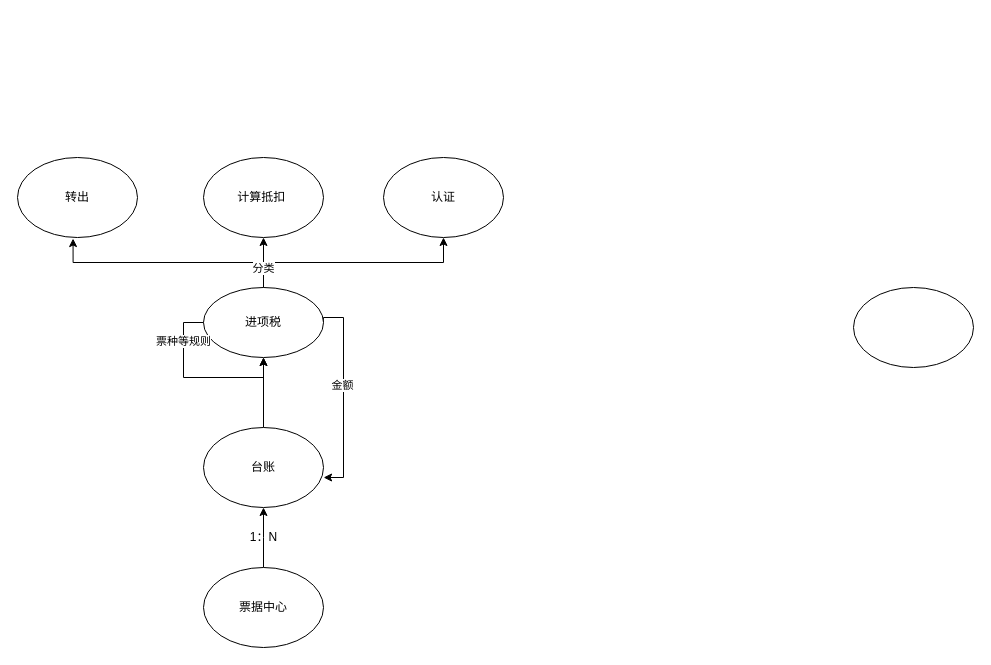
Above: menus/input.drawio in Asamiyaa/microservice-k8s-yun (draw.io), before the change. Source tidied: cells renumbered, new cells numbered last; positions are measured from the earlier drawing's top-left corner, leaving out a move shared by most shapes. Both pictures are drawn from the tidied source at 100%, with x=0, y=0 at pixel (17, 157).
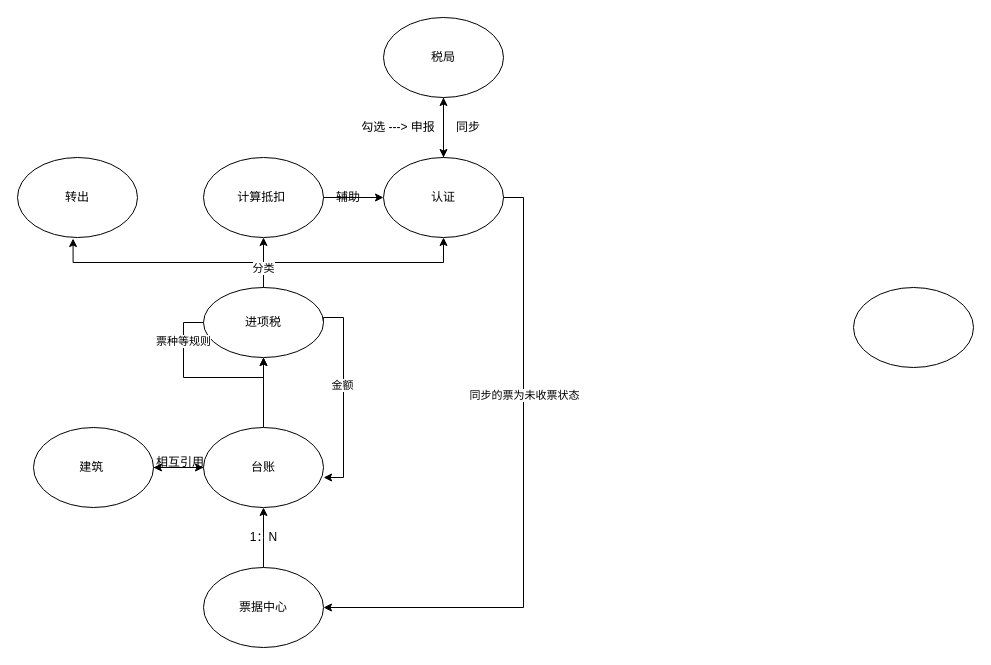
After the change.

Unchanged cells that the change refers to:
```xml
<mxCell id="11" value="台账" style="ellipse;whiteSpace=wrap;html=1;" parent="1" vertex="1">
  <mxGeometry x="186" y="270" width="120" height="80" as="geometry" />
</mxCell>
<mxCell id="13" value="票据中心" style="ellipse;whiteSpace=wrap;html=1;" parent="1" vertex="1">
  <mxGeometry x="186" y="410" width="120" height="80" as="geometry" />
</mxCell>
<mxCell id="15" value="计算抵扣&amp;nbsp;" style="ellipse;whiteSpace=wrap;html=1;" parent="1" vertex="1">
  <mxGeometry x="186" width="120" height="80" as="geometry" />
</mxCell>
<mxCell id="16" value="认证" style="ellipse;whiteSpace=wrap;html=1;" parent="1" vertex="1">
  <mxGeometry x="366" width="120" height="80" as="geometry" />
</mxCell>
```

Change to the diagram source:
```diff
@@
-<mxGraphModel>
+<mxGraphModel background="#FFFFFF">
@@
+    <mxCell id="20" style="edgeStyle=orthogonalEdgeStyle;rounded=0;jettySize=auto;html=1;" parent="1" edge="1" source="11" target="31">
+      <mxGeometry relative="1" as="geometry" />
+    </mxCell>
@@
+    <mxCell id="21" style="edgeStyle=orthogonalEdgeStyle;rounded=0;jettySize=auto;html=1;exitX=1;exitY=0.5;exitDx=0;exitDy=0;" parent="1" edge="1" source="15" target="16">
+      <mxGeometry relative="1" as="geometry" />
+    </mxCell>
@@
+    <mxCell id="22" style="edgeStyle=orthogonalEdgeStyle;rounded=0;jettySize=auto;html=1;exitX=0.5;exitY=0;exitDx=0;exitDy=0;entryX=0.5;entryY=1;entryDx=0;entryDy=0;" parent="1" edge="1" source="16" target="27">
+      <mxGeometry relative="1" as="geometry" />
+    </mxCell>
+    <mxCell id="23" style="edgeStyle=orthogonalEdgeStyle;rounded=0;jettySize=auto;html=1;exitX=1;exitY=0.5;exitDx=0;exitDy=0;entryX=1;entryY=0.5;entryDx=0;entryDy=0;" parent="1" edge="1" source="16" target="13">
+      <mxGeometry relative="1" as="geometry" />
+    </mxCell>
+    <mxCell id="24" value="同步的票为未收票状态" style="edgeLabel;html=1;align=center;verticalAlign=middle;" parent="23" vertex="1">
+      <mxGeometry x="-0.31" relative="1" as="geometry" />
+    </mxCell>
@@
+    <mxCell id="25" value="辅助&lt;br&gt;" style="text;html=1;strokeColor=none;fillColor=none;align=center;verticalAlign=middle;whiteSpace=wrap;rounded=0;" parent="1" vertex="1">
+      <mxGeometry x="316" y="35" width="30" height="10" as="geometry" />
+    </mxCell>
+    <mxCell id="26" style="edgeStyle=orthogonalEdgeStyle;rounded=0;jettySize=auto;html=1;exitX=0.5;exitY=1;exitDx=0;exitDy=0;entryX=0.5;entryY=0;entryDx=0;entryDy=0;" parent="1" edge="1" source="27" target="16">
+      <mxGeometry relative="1" as="geometry" />
+    </mxCell>
+    <mxCell id="27" value="税局" style="ellipse;whiteSpace=wrap;html=1;" parent="1" vertex="1">
+      <mxGeometry x="366" y="-140" width="120" height="80" as="geometry" />
+    </mxCell>
+    <mxCell id="28" value="勾选 ---&amp;gt; 申报" style="text;html=1;strokeColor=none;fillColor=none;align=center;verticalAlign=middle;whiteSpace=wrap;rounded=0;" parent="1" vertex="1">
+      <mxGeometry x="336" y="-40" width="90" height="20" as="geometry" />
+    </mxCell>
+    <mxCell id="29" value="同步" style="text;html=1;strokeColor=none;fillColor=none;align=center;verticalAlign=middle;whiteSpace=wrap;rounded=0;" parent="1" vertex="1">
+      <mxGeometry x="426" y="-40" width="50" height="20" as="geometry" />
+    </mxCell>
+    <mxCell id="30" style="edgeStyle=orthogonalEdgeStyle;rounded=0;jettySize=auto;html=1;exitX=1;exitY=0.5;exitDx=0;exitDy=0;" parent="1" edge="1" source="31" target="11">
+      <mxGeometry relative="1" as="geometry" />
+    </mxCell>
+    <mxCell id="31" value="建筑&amp;nbsp;" style="ellipse;whiteSpace=wrap;html=1;" parent="1" vertex="1">
+      <mxGeometry x="16" y="270" width="120" height="80" as="geometry" />
+    </mxCell>
+    <mxCell id="32" value="相互引用" style="text;html=1;strokeColor=none;fillColor=none;align=center;verticalAlign=middle;whiteSpace=wrap;rounded=0;" parent="1" vertex="1">
+      <mxGeometry x="136" y="295" width="54" height="19" as="geometry" />
+    </mxCell>
```
